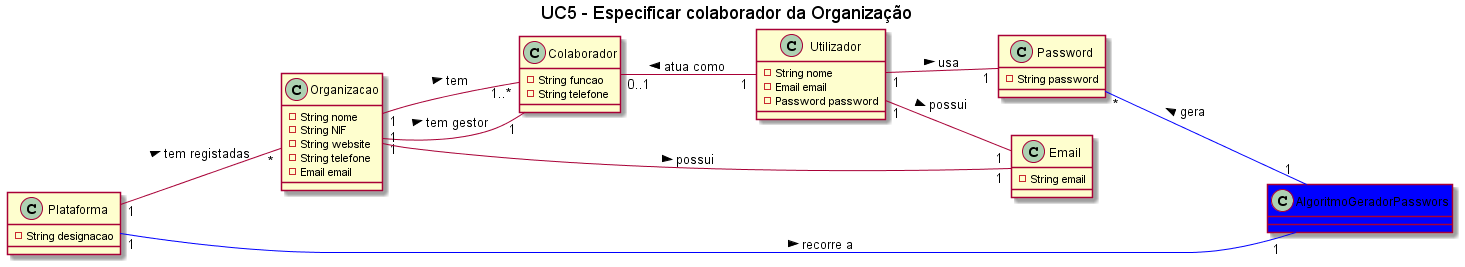
Before: Documentação/Sprint 2/UC05_Especificar_Colaborador_Organizacao/UC5_Especificar_Colaborador_Organizacao.png, a diagram exported from PlantUML (blestonbandeiraUPSKILL/upskill_java1_labprg_grupo2). The source it was exported from:
```plantuml
@startuml
title UC5 - Especificar colaborador da Organização
left to right direction

class Plataforma {
    -String designacao
}

class Organizacao {
    -String nome
    -String NIF
    -String website
    -String telefone
    -Email email
}

class Colaborador {
    -String funcao
    -String telefone
}

class Email {
    -String email
}

class Password {
    -String password
}

class Utilizador{
    -String nome
    -Email email
    -Password password
}

class AlgoritmoGeradorPasswors #blue{
}

Plataforma "1" -- "*" Organizacao: tem registadas >
Organizacao "1" -- "1..*" Colaborador: tem >
Organizacao "1" -- "1" Colaborador: tem gestor >
Colaborador "0..1" -- "1" Utilizador: atua como <
Organizacao "1" -- "1"Email: possui >
Utilizador"1" -- "1"Password: usa >
Utilizador "1" -- "1"Email: possui >


Plataforma "1" -down[#blue]-- "1" AlgoritmoGeradorPasswors: recorre a >

AlgoritmoGeradorPasswors "1" --up[#blue]- "*"Password: gera >





@enduml
```
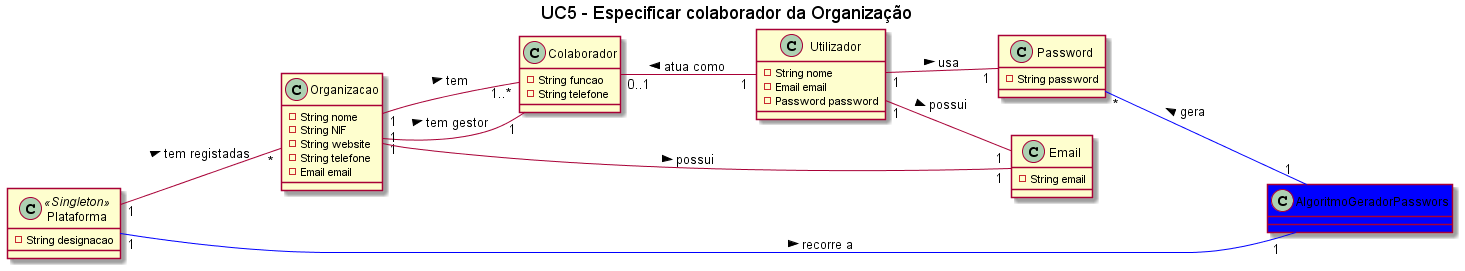
The same file after the commit.

Change to the diagram source:
```diff
@@ -2,7 +2,7 @@
 title UC5 - Especificar colaborador da Organização
 left to right direction
 
-class Plataforma {
+class Plataforma <<Singleton>>{
     -String designacao
 }
 
```
